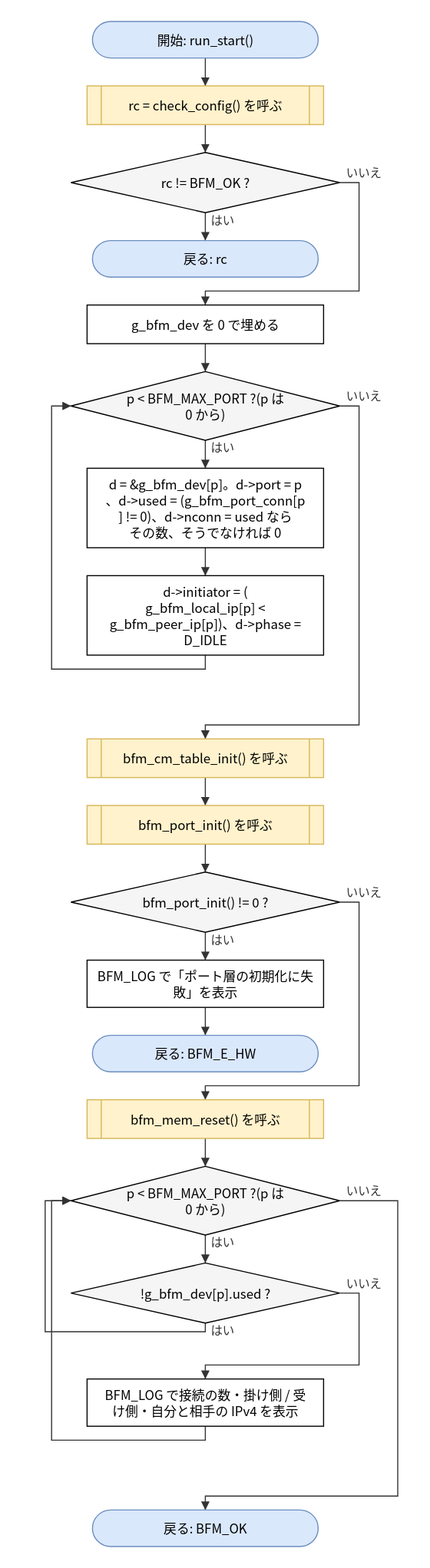
Earlier version of the draw.io export doc/spec/images/flow_src_bfm_core-run_start.drawio.svg (hf355051012-ai/bfmem). Source tidied: cells renumbered, new cells last; positions are measured from the earlier drawing's top-left corner, leaving out a move shared by most shapes.
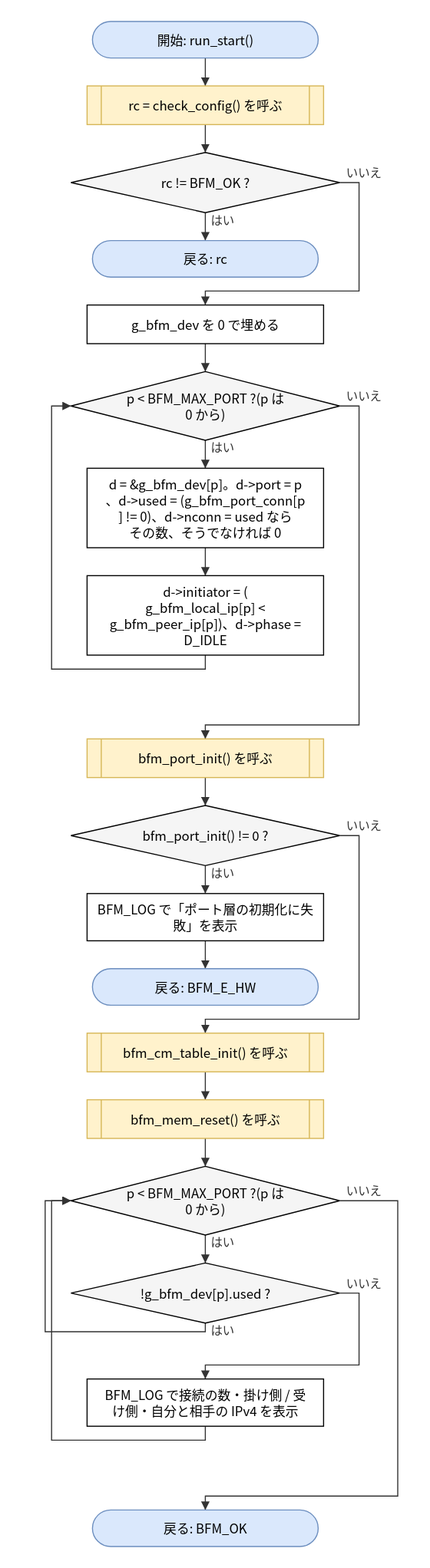
Later version of the same file.

The edit, as a diff of the source:
```diff
@@ -26,20 +26,20 @@
     <mxCell id="9" value="d-&amp;gt;initiator = (&lt;br&gt;g_bfm_local_ip[p] &amp;lt;&lt;br&gt;g_bfm_peer_ip[p])、d-&amp;gt;phase =&lt;br&gt;D_IDLE" style="rounded=0;whiteSpace=wrap;html=1;" parent="1" vertex="1">
       <mxGeometry x="39" y="516" width="220" height="74" as="geometry" />
     </mxCell>
-    <mxCell id="10" value="bfm_cm_table_init() を呼ぶ" style="shape=process;whiteSpace=wrap;html=1;backgroundOutline=1;size=0.06;fillColor=#fff2cc;strokeColor=#d6b656;" parent="1" vertex="1">
+    <mxCell id="10" value="bfm_port_init() を呼ぶ" style="shape=process;whiteSpace=wrap;html=1;backgroundOutline=1;size=0.06;fillColor=#fff2cc;strokeColor=#d6b656;" parent="1" vertex="1">
       <mxGeometry x="39" y="668" width="220" height="36" as="geometry" />
     </mxCell>
-    <mxCell id="11" value="bfm_port_init() を呼ぶ" style="shape=process;whiteSpace=wrap;html=1;backgroundOutline=1;size=0.06;fillColor=#fff2cc;strokeColor=#d6b656;" parent="1" vertex="1">
-      <mxGeometry x="39" y="730" width="220" height="36" as="geometry" />
+    <mxCell id="11" value="bfm_port_init() != 0 ?" style="rhombus;whiteSpace=wrap;html=1;fillColor=#f5f5f5;" parent="1" vertex="1">
+      <mxGeometry x="24" y="730" width="250" height="56" as="geometry" />
     </mxCell>
-    <mxCell id="12" value="bfm_port_init() != 0 ?" style="rhombus;whiteSpace=wrap;html=1;fillColor=#f5f5f5;" parent="1" vertex="1">
-      <mxGeometry x="24" y="792" width="250" height="56" as="geometry" />
+    <mxCell id="12" value="BFM_LOG で「ポート層の初期化に失&lt;br&gt;敗」を表示" style="rounded=0;whiteSpace=wrap;html=1;" parent="1" vertex="1">
+      <mxGeometry x="39" y="812" width="220" height="44" as="geometry" />
     </mxCell>
-    <mxCell id="13" value="BFM_LOG で「ポート層の初期化に失&lt;br&gt;敗」を表示" style="rounded=0;whiteSpace=wrap;html=1;" parent="1" vertex="1">
-      <mxGeometry x="39" y="874" width="220" height="44" as="geometry" />
+    <mxCell id="13" value="戻る: BFM_E_HW" style="rounded=1;arcSize=50;whiteSpace=wrap;html=1;fillColor=#dae8fc;strokeColor=#6c8ebf;" parent="1" vertex="1">
+      <mxGeometry x="44" y="882" width="210" height="34" as="geometry" />
     </mxCell>
-    <mxCell id="14" value="戻る: BFM_E_HW" style="rounded=1;arcSize=50;whiteSpace=wrap;html=1;fillColor=#dae8fc;strokeColor=#6c8ebf;" parent="1" vertex="1">
-      <mxGeometry x="44" y="944" width="210" height="34" as="geometry" />
+    <mxCell id="14" value="bfm_cm_table_init() を呼ぶ" style="shape=process;whiteSpace=wrap;html=1;backgroundOutline=1;size=0.06;fillColor=#fff2cc;strokeColor=#d6b656;" parent="1" vertex="1">
+      <mxGeometry x="39" y="942" width="220" height="36" as="geometry" />
     </mxCell>
     <mxCell id="15" value="bfm_mem_reset() を呼ぶ" style="shape=process;whiteSpace=wrap;html=1;backgroundOutline=1;size=0.06;fillColor=#fff2cc;strokeColor=#d6b656;" parent="1" vertex="1">
       <mxGeometry x="39" y="1004" width="220" height="36" as="geometry" />
@@ -104,23 +104,23 @@
     <mxCell id="29" style="edgeStyle=none;html=1;rounded=0;endArrow=block;endFill=1;exitX=0.5000;exitY=1.0000;exitDx=0;exitDy=0;exitPerimeter=0;entryX=0.5000;entryY=0.0000;entryDx=0;entryDy=0;entryPerimeter=0;" parent="1" edge="1" source="10" target="11">
       <mxGeometry relative="1" as="geometry" />
     </mxCell>
-    <mxCell id="30" style="edgeStyle=none;html=1;rounded=0;endArrow=block;endFill=1;exitX=0.5000;exitY=1.0000;exitDx=0;exitDy=0;exitPerimeter=0;entryX=0.5000;entryY=0.0000;entryDx=0;entryDy=0;entryPerimeter=0;" parent="1" edge="1" source="11" target="12">
+    <mxCell id="30" value="はい" style="edgeStyle=none;html=1;rounded=0;endArrow=block;endFill=1;exitX=0.5000;exitY=1.0000;exitDx=0;exitDy=0;exitPerimeter=0;entryX=0.5000;entryY=0.0000;entryDx=0;entryDy=0;entryPerimeter=0;" parent="1" edge="1" source="11" target="12">
       <mxGeometry relative="1" as="geometry" />
     </mxCell>
-    <mxCell id="31" value="はい" style="edgeStyle=none;html=1;rounded=0;endArrow=block;endFill=1;exitX=0.5000;exitY=1.0000;exitDx=0;exitDy=0;exitPerimeter=0;entryX=0.5000;entryY=0.0000;entryDx=0;entryDy=0;entryPerimeter=0;" parent="1" edge="1" source="12" target="13">
+    <mxCell id="31" style="edgeStyle=none;html=1;rounded=0;endArrow=block;endFill=1;exitX=0.5000;exitY=1.0000;exitDx=0;exitDy=0;exitPerimeter=0;entryX=0.5000;entryY=0.0000;entryDx=0;entryDy=0;entryPerimeter=0;" parent="1" edge="1" source="12" target="13">
       <mxGeometry relative="1" as="geometry" />
     </mxCell>
-    <mxCell id="32" style="edgeStyle=none;html=1;rounded=0;endArrow=block;endFill=1;exitX=0.5000;exitY=1.0000;exitDx=0;exitDy=0;exitPerimeter=0;entryX=0.5000;entryY=0.0000;entryDx=0;entryDy=0;entryPerimeter=0;" parent="1" edge="1" source="13" target="14">
-      <mxGeometry relative="1" as="geometry" />
+    <mxCell id="32" value="いいえ" style="edgeStyle=none;html=1;rounded=0;endArrow=block;endFill=1;exitX=1.0000;exitY=0.5000;exitDx=0;exitDy=0;exitPerimeter=0;entryX=0.5000;entryY=0.0000;entryDx=0;entryDy=0;entryPerimeter=0;" parent="1" edge="1" source="11" target="14">
+      <mxGeometry relative="1" as="geometry">
+        <Array as="points">
+          <mxPoint x="292" y="758" />
+          <mxPoint x="292" y="929" />
+          <mxPoint x="149" y="929" />
+        </Array>
+      </mxGeometry>
     </mxCell>
-    <mxCell id="33" value="いいえ" style="edgeStyle=none;html=1;rounded=0;endArrow=block;endFill=1;exitX=1.0000;exitY=0.5000;exitDx=0;exitDy=0;exitPerimeter=0;entryX=0.5000;entryY=0.0000;entryDx=0;entryDy=0;entryPerimeter=0;" parent="1" edge="1" source="12" target="15">
-      <mxGeometry relative="1" as="geometry">
-        <Array as="points">
-          <mxPoint x="292" y="820" />
-          <mxPoint x="292" y="991" />
-          <mxPoint x="149" y="991" />
-        </Array>
-      </mxGeometry>
+    <mxCell id="33" style="edgeStyle=none;html=1;rounded=0;endArrow=block;endFill=1;exitX=0.5000;exitY=1.0000;exitDx=0;exitDy=0;exitPerimeter=0;entryX=0.5000;entryY=0.0000;entryDx=0;entryDy=0;entryPerimeter=0;" parent="1" edge="1" source="14" target="15">
+      <mxGeometry relative="1" as="geometry" />
     </mxCell>
     <mxCell id="34" style="edgeStyle=none;html=1;rounded=0;endArrow=block;endFill=1;exitX=0.5000;exitY=1.0000;exitDx=0;exitDy=0;exitPerimeter=0;entryX=0.5000;entryY=0.0000;entryDx=0;entryDy=0;entryPerimeter=0;" parent="1" edge="1" source="15" target="16">
       <mxGeometry relative="1" as="geometry" />
```
